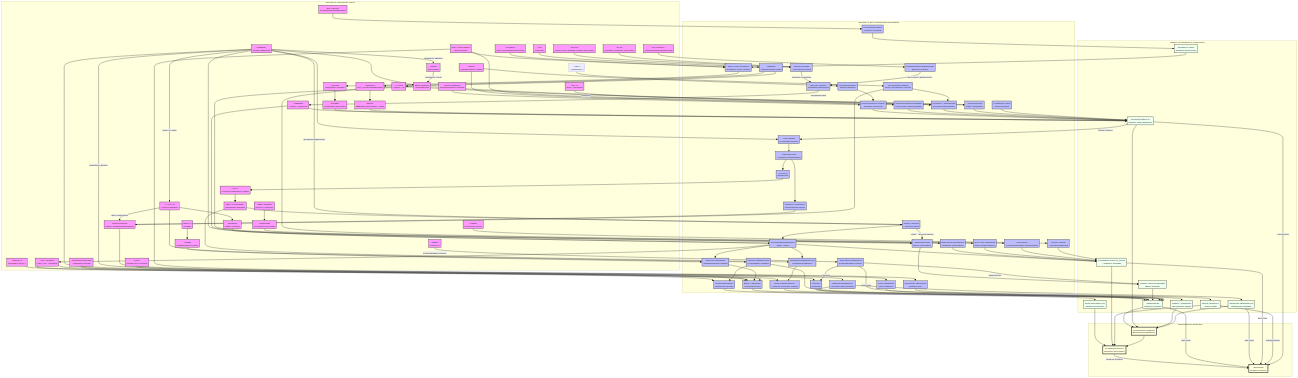
The Mermaid diagram docs/figures/scoliosis_mechanism_map.png in sayuj1989-ops/life, before a commit. Its source is kept beside it as docs/figures/scoliosis_mechanism_map.mmd.
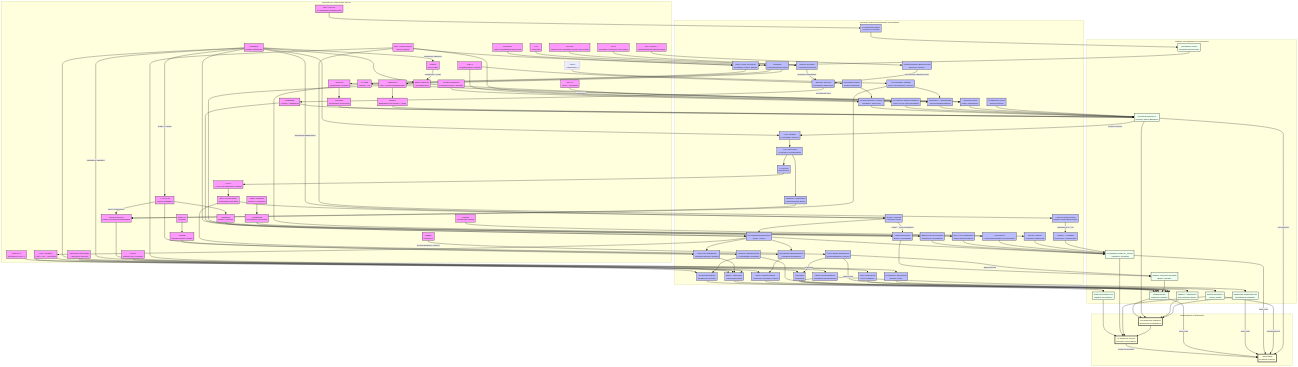
After the commit.

Change to the diagram source:
```diff
@@ -73,6 +73,8 @@
         Fibrosis[Fibrosis<br/>Scarring]
         TGFB[TGF-Beta Signaling<br/>Sequestration Failure]
         Osteocyte_Dendrite[Osteocyte Dendrites<br/>Network Formation]
+        Actin_Dynamics[Actin Cytoskeleton<br/>Strain Rearrangement]
+        VEGF_A[VEGF-A/PGE2<br/>Secretory Response]
     end
 
     subgraph Tissue [Tissue Mechanics & Properties]
@@ -253,7 +255,11 @@
     TGFB -- "Fibrosis" --> Fibrosis
     TGFB -- "Stiffening" --> Stiffness
 
+    CILIA --> Actin_Dynamics
+    Actin_Dynamics -- "Impaired in AIS" --> VEGF_A
+    VEGF_A --> Gain
+
     class HOX,COL,PIEZO1,PIEZO2,CILIA,LBX1,ADGRG6,PTK7,YAP,PKD2L1,MMP,URP,UTS2R,GFAP,VIM,LAMIN,BMAL1,RUNX3,METTL3,ESR1,MELATONIN,MT2,HIF1A,POC5,DSTYK,TFEB,Beta_Catenin,DPY19L1L,IGF1R,GHR,SOST,FBN1,CCN,PPARGC1A gene;
-    class Region,ECM_Assembly,Mech_Trans,Sym_Break,Neur_Diff,Muscle_Diff,Disc_Maint,PCP_Sig,Nucl_Shuttle,CSF_Sensing,Degradation,Astrogliosis,mtROS,Adipogenesis,Hydraulic_Congestion,Immune_Infilt,Circadian_Entrain,Proprio_Maint,H3K9me3,VCL_Stasis,Glymphatic_Stasis,Vestibular_Input,Gi_cAMP,Ciliary_Tuning,Hypoxia,Osteogenesis,Ciliary_Splint,Vacuole_Biogenesis,C_Mannosylation,Rapid_Growth,Energy_Deficit,mtBiogenesis,Fibrosis,TGFB,Osteocyte_Dendrite process;
+    class Region,ECM_Assembly,Mech_Trans,Sym_Break,Neur_Diff,Muscle_Diff,Disc_Maint,PCP_Sig,Nucl_Shuttle,CSF_Sensing,Degradation,Astrogliosis,mtROS,Adipogenesis,Hydraulic_Congestion,Immune_Infilt,Circadian_Entrain,Proprio_Maint,H3K9me3,VCL_Stasis,Glymphatic_Stasis,Vestibular_Input,Gi_cAMP,Ciliary_Tuning,Hypoxia,Osteogenesis,Ciliary_Splint,Vacuole_Biogenesis,C_Mannosylation,Rapid_Growth,Energy_Deficit,mtBiogenesis,Fibrosis,TGFB,Osteocyte_Dendrite,Actin_Dynamics,VEGF_A process;
     class Rest_Kappa,Stiffness,Torsional_Stiffness,Gain,Torsion,Muscle_Tone,Anisotropy,TMD,Reissner_Fiber tissue;
     class S_Curve,Stability,Scoliosis outcome;
```
